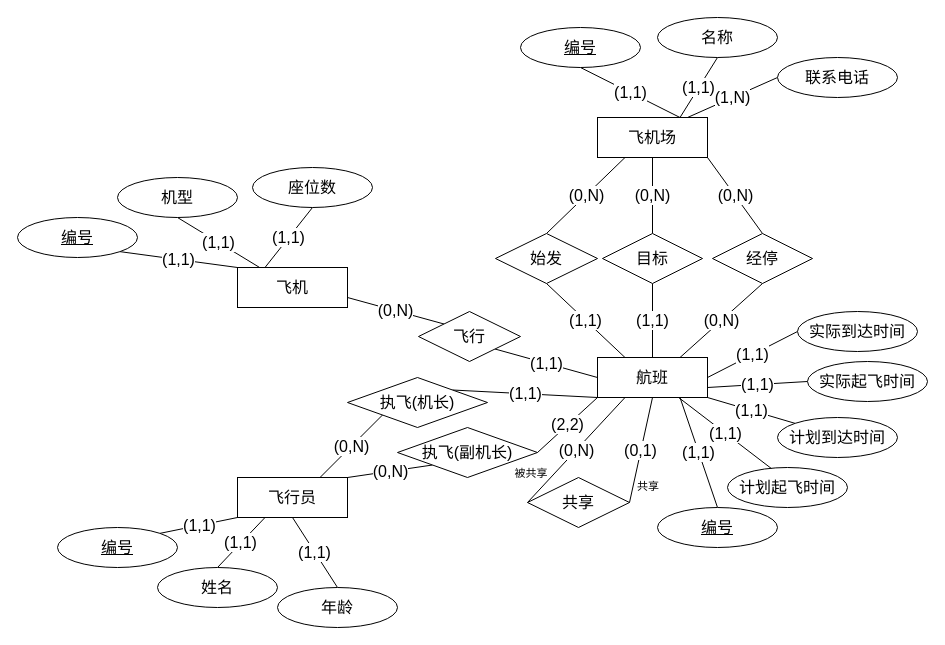
This is page "Airline System" (2 of 2) of Untitled Diagram.drawio from Kristoff-starling/ERDiagrams, a draw.io file, before an edit. Source tidied: cells renumbered, new cells numbered last; positions are measured from the earlier drawing's top-left corner, leaving out a move shared by most shapes. Both pictures are drawn from the tidied source at 100%, with x=0, y=0 at pixel (17, 17).
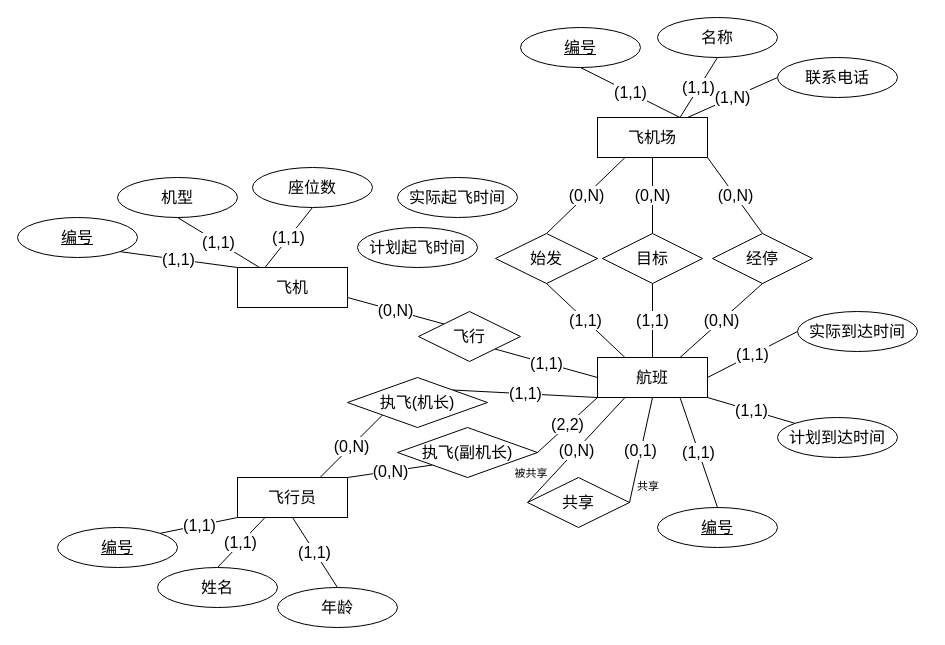
After the change.

Unchanged cells that the change refers to:
```xml
<mxCell id="34" value="航班" style="rounded=0;whiteSpace=wrap;html=1;fontFamily=Helvetica;fontSize=16;fontColor=default;" parent="1" vertex="1">
  <mxGeometry x="580" y="340" width="110" height="40" as="geometry" />
</mxCell>
```

Diff of the diagram source:
```diff
@@
-    <mxCell id="28" value="(1,1)" style="edgeStyle=none;shape=connector;rounded=0;jettySize=auto;html=1;entryX=0.371;entryY=0.038;entryDx=0;entryDy=0;entryPerimeter=0;labelBackgroundColor=default;strokeColor=default;fontFamily=Helvetica;fontSize=16;fontColor=default;endArrow=none;endFill=0;" parent="1" edge="1" source="34" target="44">
-      <mxGeometry relative="1" as="geometry" />
-    </mxCell>
@@
-    <mxCell id="30" value="(1,1)" style="edgeStyle=none;shape=connector;rounded=0;jettySize=auto;html=1;exitX=1;exitY=0.75;exitDx=0;exitDy=0;entryX=0;entryY=0.5;entryDx=0;entryDy=0;labelBackgroundColor=default;strokeColor=default;fontFamily=Helvetica;fontSize=16;fontColor=default;endArrow=none;endFill=0;" parent="1" edge="1" source="34" target="46">
-      <mxGeometry relative="1" as="geometry" />
-    </mxCell>
@@
     <mxCell id="44" value="计划起飞时间" style="ellipse;whiteSpace=wrap;html=1;fontFamily=Helvetica;fontSize=16;fontColor=default;" parent="1" vertex="1">
-      <mxGeometry x="710" y="450" width="120" height="40" as="geometry" />
+      <mxGeometry x="340" y="210" width="120" height="40" as="geometry" />
     </mxCell>
@@
     <mxCell id="46" value="实际起飞时间" style="ellipse;whiteSpace=wrap;html=1;fontFamily=Helvetica;fontSize=16;fontColor=default;" parent="1" vertex="1">
-      <mxGeometry x="790" y="344" width="120" height="40" as="geometry" />
+      <mxGeometry x="380" y="160" width="120" height="40" as="geometry" />
     </mxCell>
```
